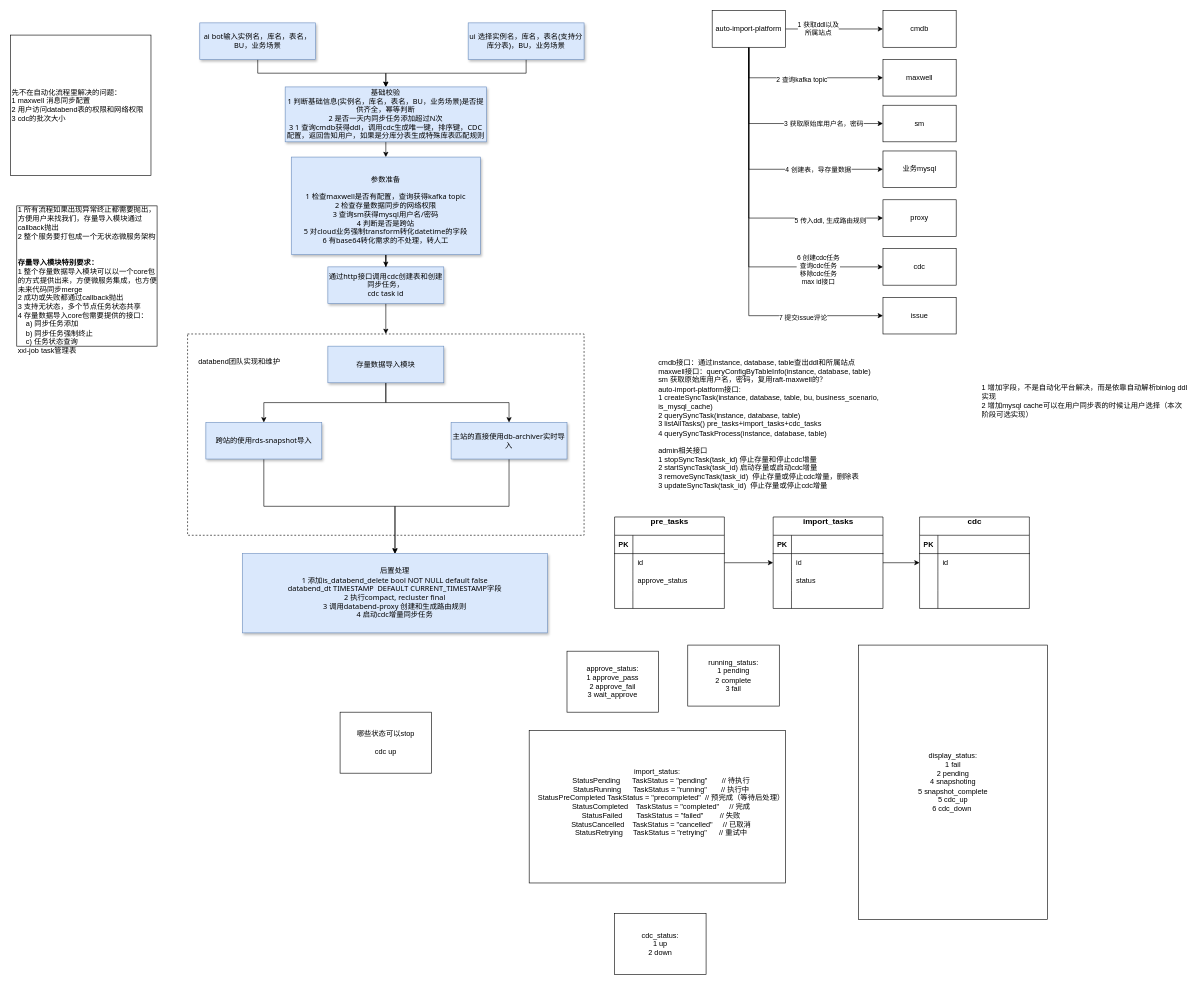
Before: doc/databend自动化数据导入流程.drawio in jackjoesh/databend, a draw.io diagram. Source tidied: cells renumbered, new cells numbered last; positions are measured from the earlier drawing's top-left corner, leaving out a move shared by most shapes. Both pictures are drawn from the tidied source at 61%, with x=0, y=0 at pixel (10, 10).
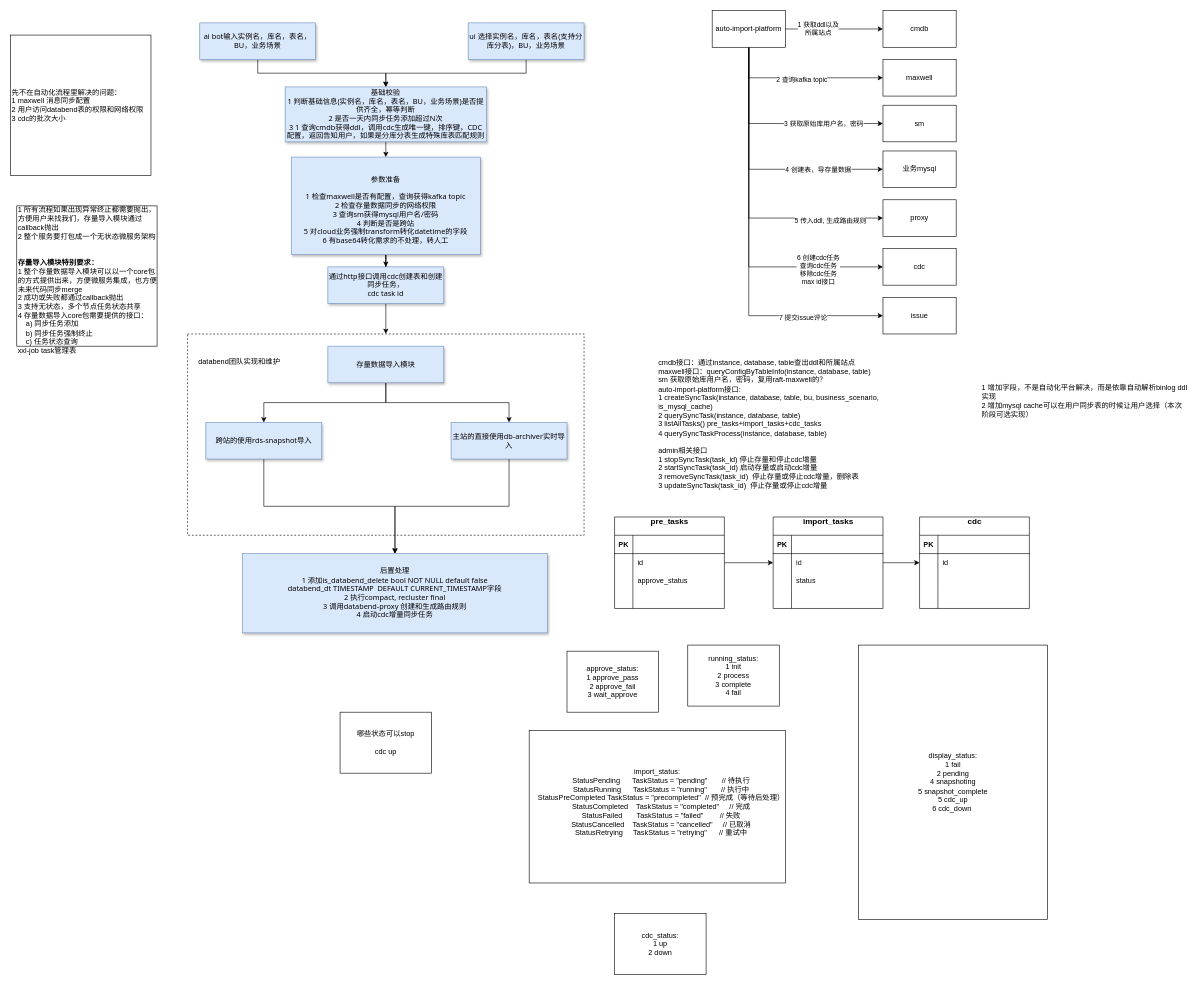
After the change.

Commit message:
更新databend自动化数据导入流程.drawio

What changed in the source:
```diff
@@
-    <mxCell id="95" value="running_status:&lt;div&gt;1 pending&lt;/div&gt;&lt;div&gt;2 complete&lt;/div&gt;&lt;div&gt;3 fail&lt;/div&gt;" style="rounded=0;whiteSpace=wrap;html=1;" parent="1" vertex="1">
+    <mxCell id="95" value="running_status:&lt;div&gt;1 init&lt;br&gt;2 process&lt;/div&gt;&lt;div&gt;3 complete&lt;/div&gt;&lt;div&gt;4 fail&lt;/div&gt;" style="rounded=0;whiteSpace=wrap;html=1;" parent="1" vertex="1">
       <mxGeometry x="1110" y="1040" width="150" height="100" as="geometry" />
     </mxCell>
```
